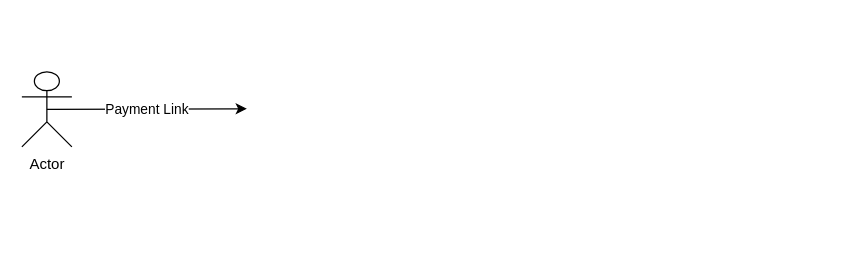
Lowkey1729/c-_addition keeps this draw.io diagram as Untitled Diagram.drawio. Above is the earlier version. Source tidied: cells renumbered, new cells numbered last; positions are measured from the earlier drawing's top-left corner, leaving out a move shared by most shapes. Both pictures are drawn from the tidied source at 125%, with x=0, y=0 at pixel (21, 71).
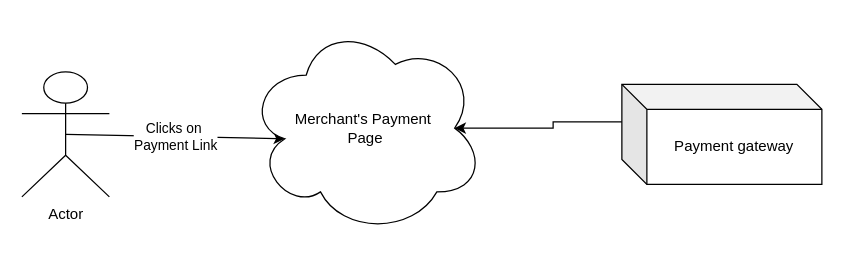
The same diagram, later.

The edit, as a diff of the source:
```diff
@@
 <mxGraphModel>
   <root>
     <mxCell id="0" />
     <mxCell id="1" parent="0" />
     <mxCell id="2" value="Actor" style="shape=umlActor;verticalLabelPosition=bottom;verticalAlign=top;html=1;outlineConnect=0;" parent="1" vertex="1">
-      <mxGeometry width="40" height="60" as="geometry" />
+      <mxGeometry width="70" height="100" as="geometry" />
     </mxCell>
-    <mxCell id="3" style="endArrow=classic;html=1;rounded=0;exitX=0.5;exitY=0.5;exitDx=0;exitDy=0;exitPerimeter=0;" parent="1" edge="1" source="2">
-      <mxGeometry relative="1" as="geometry">
-        <mxPoint x="180" y="29.5" as="targetPoint" />
-      </mxGeometry>
+    <mxCell id="3" style="endArrow=classic;html=1;rounded=0;exitX=0.5;exitY=0.5;exitDx=0;exitDy=0;exitPerimeter=0;entryX=0.16;entryY=0.55;entryDx=0;entryDy=0;entryPerimeter=0;" parent="1" edge="1" source="2" target="5">
+      <mxGeometry relative="1" as="geometry" />
     </mxCell>
-    <mxCell id="4" value="Payment Link" style="edgeLabel;html=1;align=center;verticalAlign=middle;" parent="3" vertex="1">
+    <mxCell id="4" value="Clicks on&amp;nbsp;&lt;div&gt;Payment Link&lt;/div&gt;" style="edgeLabel;html=1;align=center;verticalAlign=middle;" parent="3" vertex="1">
       <mxGeometry relative="1" as="geometry" />
     </mxCell>
+    <mxCell id="5" value="Merchant's Payment&amp;nbsp;&lt;div&gt;Page&lt;/div&gt;" style="ellipse;shape=cloud;whiteSpace=wrap;html=1;" parent="1" vertex="1">
+      <mxGeometry x="180" y="-40" width="190" height="170" as="geometry" />
+    </mxCell>
+    <mxCell id="6" value="Payment gateway" style="shape=cube;whiteSpace=wrap;html=1;boundedLbl=1;backgroundOutline=1;darkOpacity=0.05;darkOpacity2=0.1;" parent="1" vertex="1">
+      <mxGeometry x="480" y="10" width="160" height="80" as="geometry" />
+    </mxCell>
+    <mxCell id="7" style="edgeStyle=orthogonalEdgeStyle;rounded=0;jettySize=auto;html=1;exitX=0;exitY=0;exitDx=0;exitDy=30;exitPerimeter=0;entryX=0.875;entryY=0.5;entryDx=0;entryDy=0;entryPerimeter=0;" parent="1" edge="1" source="6" target="5">
+      <mxGeometry relative="1" as="geometry" />
+    </mxCell>
   </root>
 </mxGraphModel>
```
